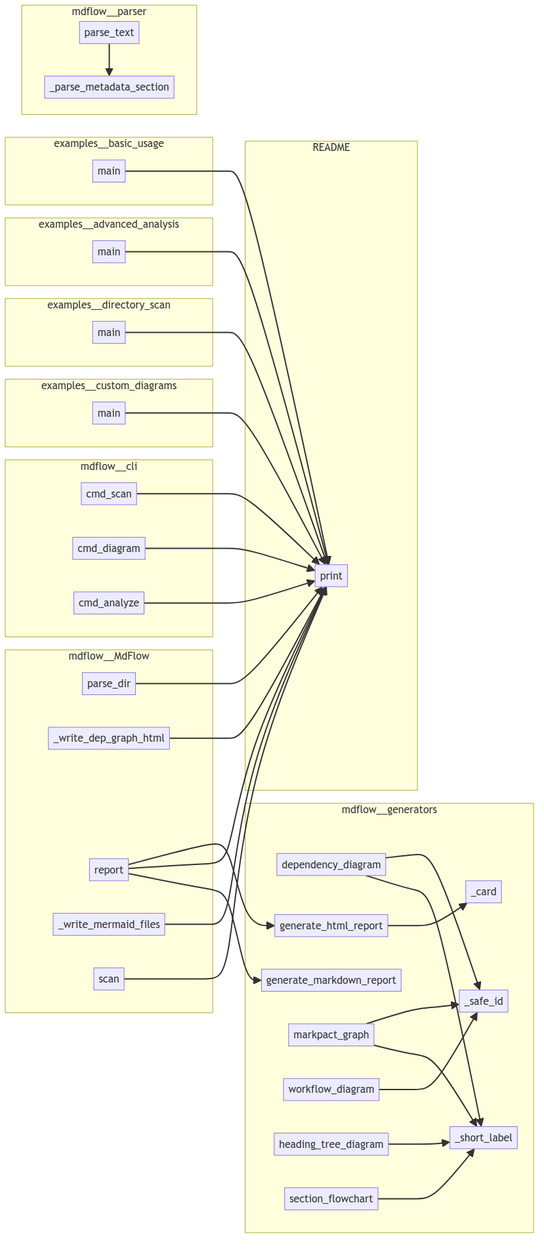
Above: project/calls.png in semcod/mdflow (Mermaid), before the change. Its source is kept beside it as project/calls.mmd.
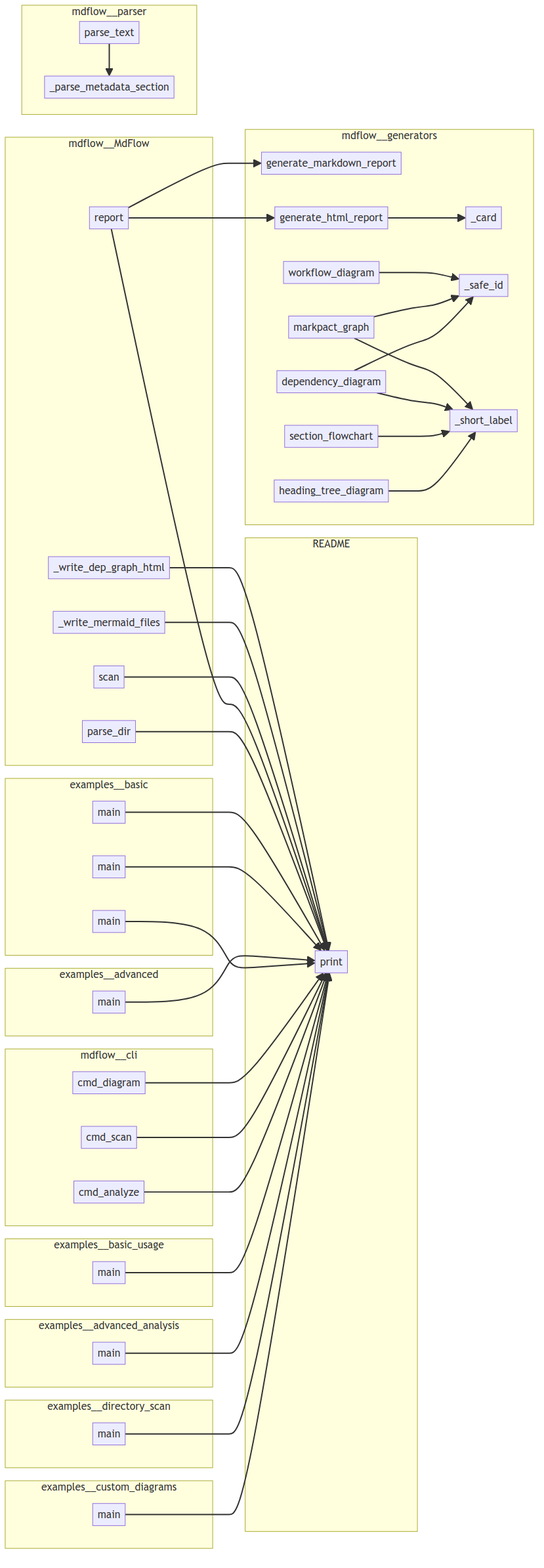
After the change.

Diff of the diagram source:
```diff
@@ -2,8 +2,16 @@
     subgraph README
         README__print["print"]
     end
+    subgraph examples__advanced
+        examples__advanced__01_directory_scan__main["main"]
+    end
     subgraph examples__advanced_analysis
         examples__advanced_analysis__main["main"]
+    end
+    subgraph examples__basic
+        examples__basic__02_generate_reports__main["main"]
+        examples__basic__01_parse_single_file__main["main"]
+        examples__basic__03_diagrams_as_strings__main["main"]
     end
     subgraph examples__basic_usage
         examples__basic_usage__main["main"]
@@ -15,39 +23,42 @@
         examples__directory_scan__main["main"]
     end
     subgraph mdflow__MdFlow
+        mdflow__MdFlow__scan["scan"]
+        mdflow__MdFlow___write_dep_graph_html["_write_dep_graph_html"]
+        mdflow__MdFlow___write_mermaid_files["_write_mermaid_files"]
+        mdflow__MdFlow__report["report"]
         mdflow__MdFlow__parse_dir["parse_dir"]
-        mdflow__MdFlow___write_dep_graph_html["_write_dep_graph_html"]
-        mdflow__MdFlow__report["report"]
-        mdflow__MdFlow___write_mermaid_files["_write_mermaid_files"]
-        mdflow__MdFlow__scan["scan"]
     end
     subgraph mdflow__cli
         mdflow__cli__cmd_scan["cmd_scan"]
+        mdflow__cli__cmd_analyze["cmd_analyze"]
         mdflow__cli__cmd_diagram["cmd_diagram"]
-        mdflow__cli__cmd_analyze["cmd_analyze"]
     end
     subgraph mdflow__generators
+        mdflow__generators__markdown__generate_markdown_report["generate_markdown_report"]
+        mdflow__generators__mermaid__section_flowchart["section_flowchart"]
+        mdflow__generators__mermaid__workflow_diagram["workflow_diagram"]
+        mdflow__generators__mermaid__heading_tree_diagram["heading_tree_diagram"]
+        mdflow__generators__mermaid__markpact_graph["markpact_graph"]
         mdflow__generators__html___card["_card"]
+        mdflow__generators__html__generate_html_report["generate_html_report"]
         mdflow__generators__mermaid__dependency_diagram["dependency_diagram"]
-        mdflow__generators__html__generate_html_report["generate_html_report"]
-        mdflow__generators__markdown__generate_markdown_report["generate_markdown_report"]
-        mdflow__generators__mermaid__markpact_graph["markpact_graph"]
+        mdflow__generators__mermaid___safe_id["_safe_id"]
         mdflow__generators__mermaid___short_label["_short_label"]
-        mdflow__generators__mermaid__workflow_diagram["workflow_diagram"]
-        mdflow__generators__mermaid___safe_id["_safe_id"]
-        mdflow__generators__mermaid__heading_tree_diagram["heading_tree_diagram"]
-        mdflow__generators__mermaid__section_flowchart["section_flowchart"]
     end
     subgraph mdflow__parser
+        mdflow__parser__MdParser__parse_text["parse_text"]
         mdflow__parser___parse_metadata_section["_parse_metadata_section"]
-        mdflow__parser__MdParser__parse_text["parse_text"]
     end
+    examples__custom_diagrams__main --> README__print
+    examples__directory_scan__main --> README__print
+    examples__advanced_analysis__main --> README__print
     examples__basic_usage__main --> README__print
+    mdflow__cli__cmd_analyze --> README__print
+    mdflow__cli__cmd_scan --> README__print
+    mdflow__cli__cmd_diagram --> README__print
+    mdflow__parser__MdParser__parse_text --> mdflow__parser___parse_metadata_section
     mdflow__generators__html__generate_html_report --> mdflow__generators__html___card
-    examples__advanced_analysis__main --> README__print
-    mdflow__parser__MdParser__parse_text --> mdflow__parser___parse_metadata_section
-    examples__directory_scan__main --> README__print
-    examples__custom_diagrams__main --> README__print
     mdflow__generators__mermaid__heading_tree_diagram --> mdflow__generators__mermaid___short_label
     mdflow__generators__mermaid__section_flowchart --> mdflow__generators__mermaid___short_label
     mdflow__generators__mermaid__dependency_diagram --> mdflow__generators__mermaid___safe_id
@@ -55,9 +66,10 @@
     mdflow__generators__mermaid__markpact_graph --> mdflow__generators__mermaid___safe_id
     mdflow__generators__mermaid__markpact_graph --> mdflow__generators__mermaid___short_label
     mdflow__generators__mermaid__workflow_diagram --> mdflow__generators__mermaid___safe_id
-    mdflow__cli__cmd_analyze --> README__print
-    mdflow__cli__cmd_scan --> README__print
-    mdflow__cli__cmd_diagram --> README__print
+    examples__basic__02_generate_reports__main --> README__print
+    examples__advanced__01_directory_scan__main --> README__print
+    examples__basic__03_diagrams_as_strings__main --> README__print
+    examples__basic__01_parse_single_file__main --> README__print
     mdflow__MdFlow__parse_dir --> README__print
     mdflow__MdFlow__report --> mdflow__generators__html__generate_html_report
     mdflow__MdFlow__report --> README__print
```
